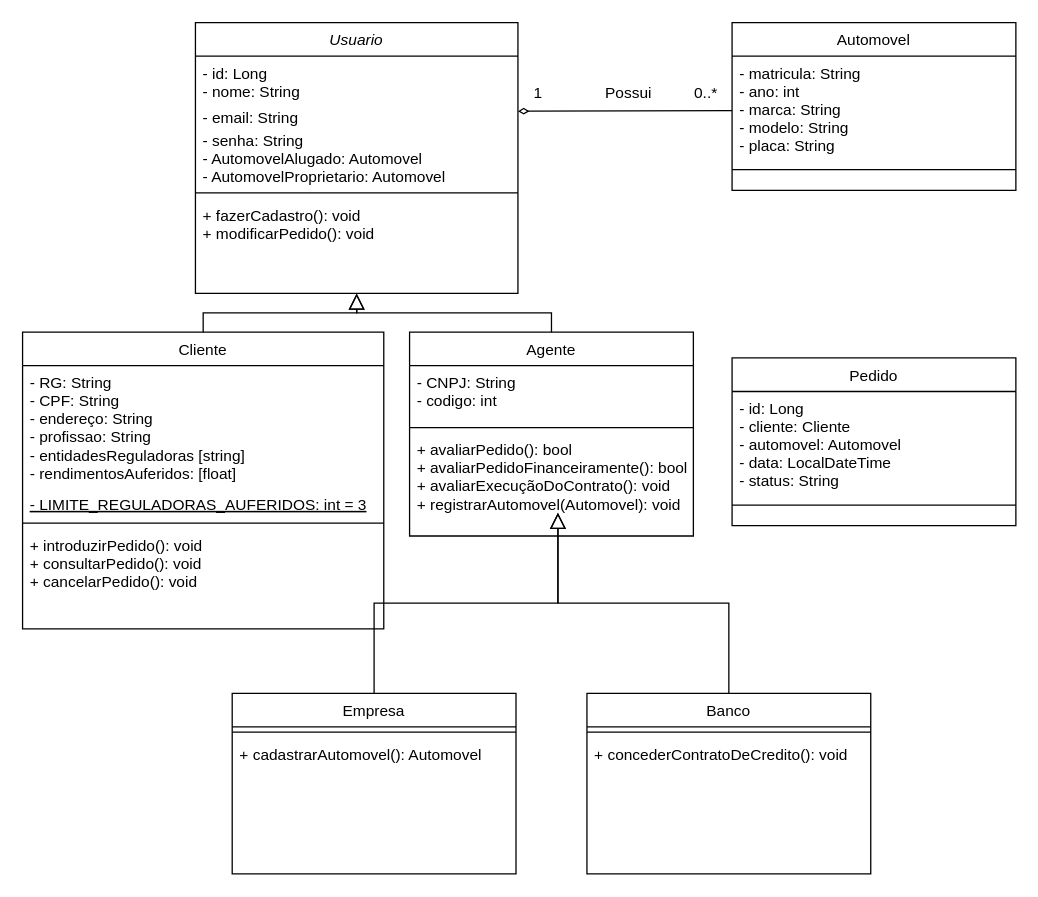
The draw.io diagram projeto/draw.io/Cópia do Diagrama de classes.drawio in Gab-HSP/laboratorio-2, before the edit. Source tidied: cells renumbered, new cells numbered last; positions are measured from the earlier drawing's top-left corner, leaving out a move shared by most shapes. Both pictures are drawn from the tidied source at 129%, with x=0, y=0 at pixel (22, 22).
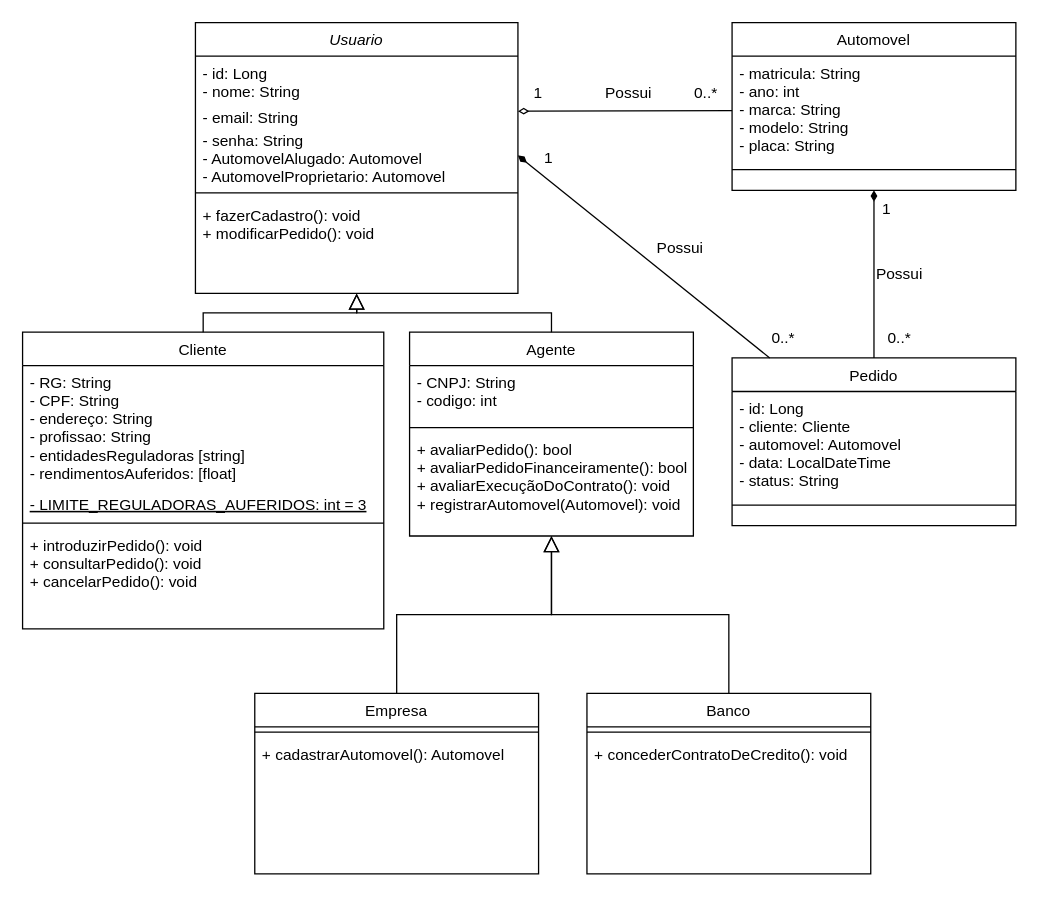
After the change.

Commit message (it also covers changes not shown here):
atualizando diagrama de classes

Unchanged cells that the change refers to:
```xml
<mxCell id="5" value="- senha: String&#10;- AutomovelAlugado: Automovel&#10;- AutomovelProprietario: Automovel" style="text;align=left;verticalAlign=top;spacingLeft=4;spacingRight=4;overflow=hidden;points=[[0,0.5],[1,0.5]];portConstraint=eastwest;rounded=0;shadow=0;html=0;" parent="2" vertex="1">
  <mxGeometry y="78" width="250" height="50" as="geometry" />
</mxCell>
<mxCell id="17" value="+ avaliarPedido(): bool&#10;+ avaliarPedidoFinanceiramente(): bool&#10;+ avaliarExecuçãoDoContrato(): void&#10;+ registrarAutomovel(Automovel): void" style="text;align=left;verticalAlign=top;spacingLeft=4;spacingRight=4;overflow=hidden;points=[[0,0.5],[1,0.5]];portConstraint=eastwest;" parent="14" vertex="1">
  <mxGeometry y="78" width="220" height="80" as="geometry" />
</mxCell>
<mxCell id="23" value="Banco" style="swimlane;fontStyle=0;align=center;verticalAlign=top;horizontal=1;startSize=26;rounded=0;shadow=0;strokeWidth=1;" parent="1" vertex="1">
  <mxGeometry x="437.5" y="520" width="220" height="140" as="geometry" />
</mxCell>
<mxCell id="30" value="&#10;" style="text;align=left;verticalAlign=top;spacingLeft=4;spacingRight=4;overflow=hidden;points=[[0,0.5],[1,0.5]];portConstraint=eastwest;" parent="27" vertex="1">
  <mxGeometry y="118" width="220" height="12" as="geometry" />
</mxCell>
<mxCell id="35" value="Pedido" style="swimlane;fontStyle=0;align=center;verticalAlign=top;horizontal=1;startSize=26;rounded=0;shadow=0;strokeWidth=1;" parent="1" vertex="1">
  <mxGeometry x="550" y="260" width="220" height="130" as="geometry" />
</mxCell>
```

What changed in the source:
```diff
@@
     <mxCell id="19" value="Empresa" style="swimlane;fontStyle=0;align=center;verticalAlign=top;horizontal=1;startSize=26;rounded=0;shadow=0;strokeWidth=1;" parent="1" vertex="1">
-      <mxGeometry x="162.5" y="520" width="220" height="140" as="geometry" />
+      <mxGeometry x="180" y="520" width="220" height="140" as="geometry" />
     </mxCell>
@@
-    <mxCell id="22" style="endArrow=block;endSize=10;endFill=0;shadow=0;strokeWidth=1;rounded=0;curved=0;edgeStyle=elbowEdgeStyle;elbow=vertical;" parent="1" edge="1" source="19">
-      <mxGeometry relative="1" as="geometry">
-        <mxPoint x="415" y="380" as="targetPoint" />
-      </mxGeometry>
+    <mxCell id="22" style="endArrow=block;endSize=10;endFill=0;shadow=0;strokeWidth=1;rounded=0;curved=0;edgeStyle=elbowEdgeStyle;elbow=vertical;" parent="1" edge="1" source="19" target="17">
+      <mxGeometry relative="1" as="geometry" />
     </mxCell>
@@
-    <mxCell id="26" style="endArrow=block;endSize=10;endFill=0;shadow=0;strokeWidth=1;rounded=0;curved=0;edgeStyle=elbowEdgeStyle;elbow=vertical;" parent="1" edge="1" source="23">
-      <mxGeometry relative="1" as="geometry">
-        <mxPoint x="415" y="380" as="targetPoint" />
-      </mxGeometry>
+    <mxCell id="26" style="endArrow=block;endSize=10;endFill=0;shadow=0;strokeWidth=1;rounded=0;curved=0;edgeStyle=elbowEdgeStyle;elbow=vertical;" parent="1" edge="1" source="23" target="17">
+      <mxGeometry relative="1" as="geometry" />
     </mxCell>
@@
+    <mxCell id="39" style="endArrow=diamondThin;html=1;rounded=0;endFill=1;entryX=1;entryY=0.5;entryDx=0;entryDy=0;" parent="1" edge="1" source="35" target="5">
+      <mxGeometry relative="1" as="geometry" />
+    </mxCell>
+    <mxCell id="40" value="Possui" style="text;html=1;align=center;verticalAlign=middle;whiteSpace=wrap;rounded=0;" parent="1" vertex="1">
+      <mxGeometry x="480" y="160" width="60" height="30" as="geometry" />
+    </mxCell>
+    <mxCell id="41" value="1" style="text;html=1;align=center;verticalAlign=middle;whiteSpace=wrap;rounded=0;" parent="1" vertex="1">
+      <mxGeometry x="377.5" y="90" width="60" height="30" as="geometry" />
+    </mxCell>
+    <mxCell id="42" value="0..*" style="text;html=1;align=center;verticalAlign=middle;whiteSpace=wrap;rounded=0;" parent="1" vertex="1">
+      <mxGeometry x="560" y="230" width="60" height="30" as="geometry" />
+    </mxCell>
+    <mxCell id="43" style="endArrow=diamondThin;html=1;rounded=0;endFill=1;" parent="1" edge="1" source="35" target="30">
+      <mxGeometry relative="1" as="geometry" />
+    </mxCell>
+    <mxCell id="44" value="Possui" style="text;html=1;align=center;verticalAlign=middle;whiteSpace=wrap;rounded=0;" parent="1" vertex="1">
+      <mxGeometry x="650" y="180" width="60" height="30" as="geometry" />
+    </mxCell>
+    <mxCell id="45" value="1" style="text;html=1;align=center;verticalAlign=middle;whiteSpace=wrap;rounded=0;" parent="1" vertex="1">
+      <mxGeometry x="640" y="130" width="60" height="30" as="geometry" />
+    </mxCell>
+    <mxCell id="46" value="0..*" style="text;html=1;align=center;verticalAlign=middle;whiteSpace=wrap;rounded=0;" parent="1" vertex="1">
+      <mxGeometry x="650" y="230" width="60" height="30" as="geometry" />
+    </mxCell>
```
